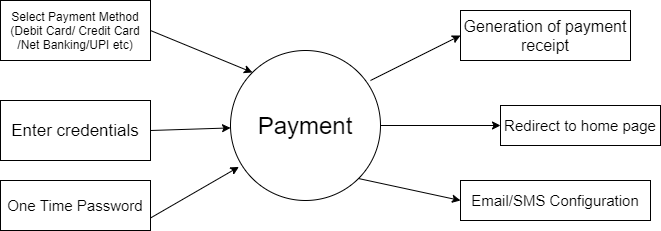
Before: DFDPayment.png, a diagram exported from draw.io (bidya01/Programs). Source tidied: cells renumbered, new cells last; positions are measured from the earlier drawing's top-left corner, leaving out a move shared by most shapes. The source it was exported from:
```xml
<mxGraphModel>
  <root>
    <mxCell id="0" />
    <mxCell id="1" parent="0" />
    <mxCell id="2" value="&lt;font style=&quot;font-size: 24px&quot;&gt;Payment&lt;/font&gt;" style="ellipse;whiteSpace=wrap;html=1;" parent="1" vertex="1">
      <mxGeometry x="230" y="50" width="150" height="150" as="geometry" />
    </mxCell>
    <mxCell id="3" value="Select Payment Method (Debit Card/ Credit Card /Net Banking/UPI etc)" style="rounded=0;whiteSpace=wrap;html=1;" parent="1" vertex="1">
      <mxGeometry width="150" height="60" as="geometry" />
    </mxCell>
    <mxCell id="4" style="endArrow=classic;html=1;exitX=1;exitY=0.5;exitDx=0;exitDy=0;entryX=0;entryY=0;entryDx=0;entryDy=0;" parent="1" edge="1" source="3" target="2">
      <mxGeometry relative="1" as="geometry" />
    </mxCell>
    <mxCell id="5" value="&lt;font style=&quot;font-size: 17px&quot;&gt;Enter credentials&lt;/font&gt;" style="rounded=0;whiteSpace=wrap;html=1;" parent="1" vertex="1">
      <mxGeometry y="100" width="150" height="60" as="geometry" />
    </mxCell>
    <mxCell id="6" style="endArrow=classic;html=1;exitX=1;exitY=0.5;exitDx=0;exitDy=0;" parent="1" edge="1" source="5" target="2">
      <mxGeometry relative="1" as="geometry" />
    </mxCell>
    <mxCell id="7" value="&lt;font style=&quot;font-size: 15px&quot;&gt;One Time Password&lt;/font&gt;" style="rounded=0;whiteSpace=wrap;html=1;" parent="1" vertex="1">
      <mxGeometry y="180" width="150" height="50" as="geometry" />
    </mxCell>
    <mxCell id="8" style="endArrow=classic;html=1;exitX=1;exitY=0.75;exitDx=0;exitDy=0;entryX=0.056;entryY=0.776;entryDx=0;entryDy=0;entryPerimeter=0;" parent="1" edge="1" source="7" target="2">
      <mxGeometry relative="1" as="geometry" />
    </mxCell>
    <mxCell id="9" value="&lt;font style=&quot;font-size: 16px&quot;&gt;Generation of payment receipt&lt;/font&gt;" style="rounded=0;whiteSpace=wrap;html=1;" parent="1" vertex="1">
      <mxGeometry x="460" y="10" width="170" height="50" as="geometry" />
    </mxCell>
    <mxCell id="10" style="endArrow=classic;html=1;entryX=0;entryY=0.5;entryDx=0;entryDy=0;" parent="1" edge="1" target="9">
      <mxGeometry relative="1" as="geometry">
        <mxPoint x="370" y="80" as="sourcePoint" />
      </mxGeometry>
    </mxCell>
    <mxCell id="11" style="endArrow=classic;html=1;exitX=1;exitY=0.5;exitDx=0;exitDy=0;" parent="1" edge="1" source="2">
      <mxGeometry relative="1" as="geometry">
        <mxPoint x="500" y="125" as="targetPoint" />
      </mxGeometry>
    </mxCell>
    <mxCell id="12" value="&lt;font style=&quot;font-size: 15px&quot;&gt;Redirect to home page&lt;/font&gt;" style="rounded=0;whiteSpace=wrap;html=1;" parent="1" vertex="1">
      <mxGeometry x="500" y="105" width="160" height="40" as="geometry" />
    </mxCell>
    <mxCell id="13" style="endArrow=classic;html=1;exitX=1;exitY=1;exitDx=0;exitDy=0;entryX=0;entryY=0.5;entryDx=0;entryDy=0;" parent="1" edge="1" source="2" target="14">
      <mxGeometry relative="1" as="geometry" />
    </mxCell>
    <mxCell id="14" value="&lt;font style=&quot;font-size: 15px&quot;&gt;Email/SMS Configuration&lt;/font&gt;" style="rounded=0;whiteSpace=wrap;html=1;" parent="1" vertex="1">
      <mxGeometry x="460" y="180" width="190" height="40" as="geometry" />
    </mxCell>
  </root>
</mxGraphModel>
```
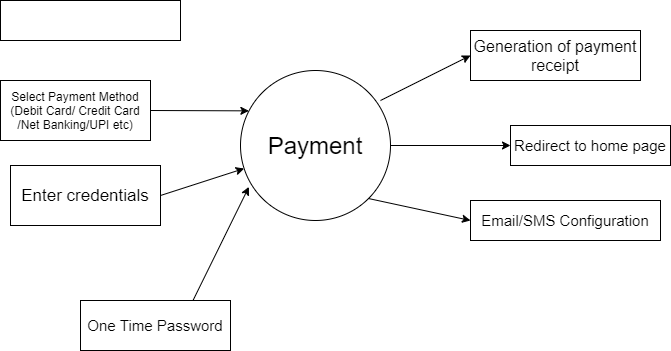
The same file after the commit.

Change to the diagram source:
```diff
@@ -6,21 +6,21 @@
       <mxGeometry x="230" y="50" width="150" height="150" as="geometry" />
     </mxCell>
     <mxCell id="3" value="Select Payment Method (Debit Card/ Credit Card /Net Banking/UPI etc)" style="rounded=0;whiteSpace=wrap;html=1;" parent="1" vertex="1">
-      <mxGeometry width="150" height="60" as="geometry" />
+      <mxGeometry x="-10" y="60" width="150" height="60" as="geometry" />
     </mxCell>
-    <mxCell id="4" style="endArrow=classic;html=1;exitX=1;exitY=0.5;exitDx=0;exitDy=0;entryX=0;entryY=0;entryDx=0;entryDy=0;" parent="1" edge="1" source="3" target="2">
+    <mxCell id="4" style="endArrow=classic;html=1;exitX=1;exitY=0.5;exitDx=0;exitDy=0;entryX=0.056;entryY=0.269;entryDx=0;entryDy=0;entryPerimeter=0;" parent="1" edge="1" source="3" target="2">
       <mxGeometry relative="1" as="geometry" />
     </mxCell>
     <mxCell id="5" value="&lt;font style=&quot;font-size: 17px&quot;&gt;Enter credentials&lt;/font&gt;" style="rounded=0;whiteSpace=wrap;html=1;" parent="1" vertex="1">
-      <mxGeometry y="100" width="150" height="60" as="geometry" />
+      <mxGeometry y="145" width="150" height="60" as="geometry" />
     </mxCell>
     <mxCell id="6" style="endArrow=classic;html=1;exitX=1;exitY=0.5;exitDx=0;exitDy=0;" parent="1" edge="1" source="5" target="2">
       <mxGeometry relative="1" as="geometry" />
     </mxCell>
     <mxCell id="7" value="&lt;font style=&quot;font-size: 15px&quot;&gt;One Time Password&lt;/font&gt;" style="rounded=0;whiteSpace=wrap;html=1;" parent="1" vertex="1">
-      <mxGeometry y="180" width="150" height="50" as="geometry" />
+      <mxGeometry x="70" y="280" width="150" height="50" as="geometry" />
     </mxCell>
-    <mxCell id="8" style="endArrow=classic;html=1;exitX=1;exitY=0.75;exitDx=0;exitDy=0;entryX=0.056;entryY=0.776;entryDx=0;entryDy=0;entryPerimeter=0;" parent="1" edge="1" source="7" target="2">
+    <mxCell id="8" style="endArrow=classic;html=1;exitX=0.75;exitY=0;exitDx=0;exitDy=0;entryX=0.056;entryY=0.776;entryDx=0;entryDy=0;entryPerimeter=0;" parent="1" edge="1" source="7" target="2">
       <mxGeometry relative="1" as="geometry" />
     </mxCell>
     <mxCell id="9" value="&lt;font style=&quot;font-size: 16px&quot;&gt;Generation of payment receipt&lt;/font&gt;" style="rounded=0;whiteSpace=wrap;html=1;" parent="1" vertex="1">
@@ -45,5 +45,8 @@
     <mxCell id="14" value="&lt;font style=&quot;font-size: 15px&quot;&gt;Email/SMS Configuration&lt;/font&gt;" style="rounded=0;whiteSpace=wrap;html=1;" parent="1" vertex="1">
       <mxGeometry x="460" y="180" width="190" height="40" as="geometry" />
     </mxCell>
+    <mxCell id="15" style="rounded=0;whiteSpace=wrap;html=1;" parent="1" vertex="1">
+      <mxGeometry x="-10" y="-20" width="180" height="40" as="geometry" />
+    </mxCell>
   </root>
 </mxGraphModel>
```
